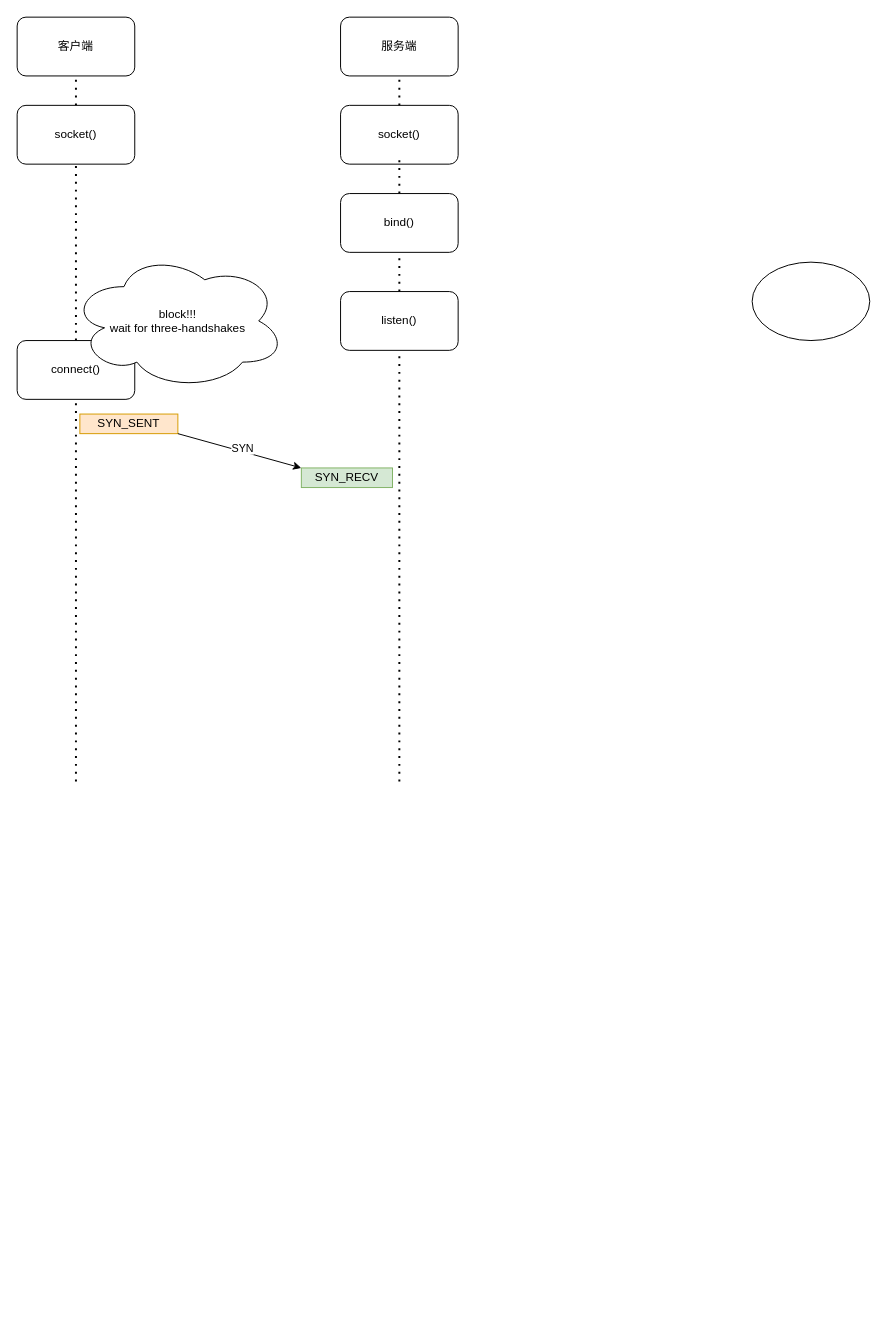
Earlier version of the draw.io diagram 网络.drawio (nullemp/images). Source tidied: cells renumbered, new cells numbered last; positions are measured from the earlier drawing's top-left corner, leaving out a move shared by most shapes. Both pictures are drawn from the tidied source at 98%, with x=0, y=0 at pixel (17, 17).
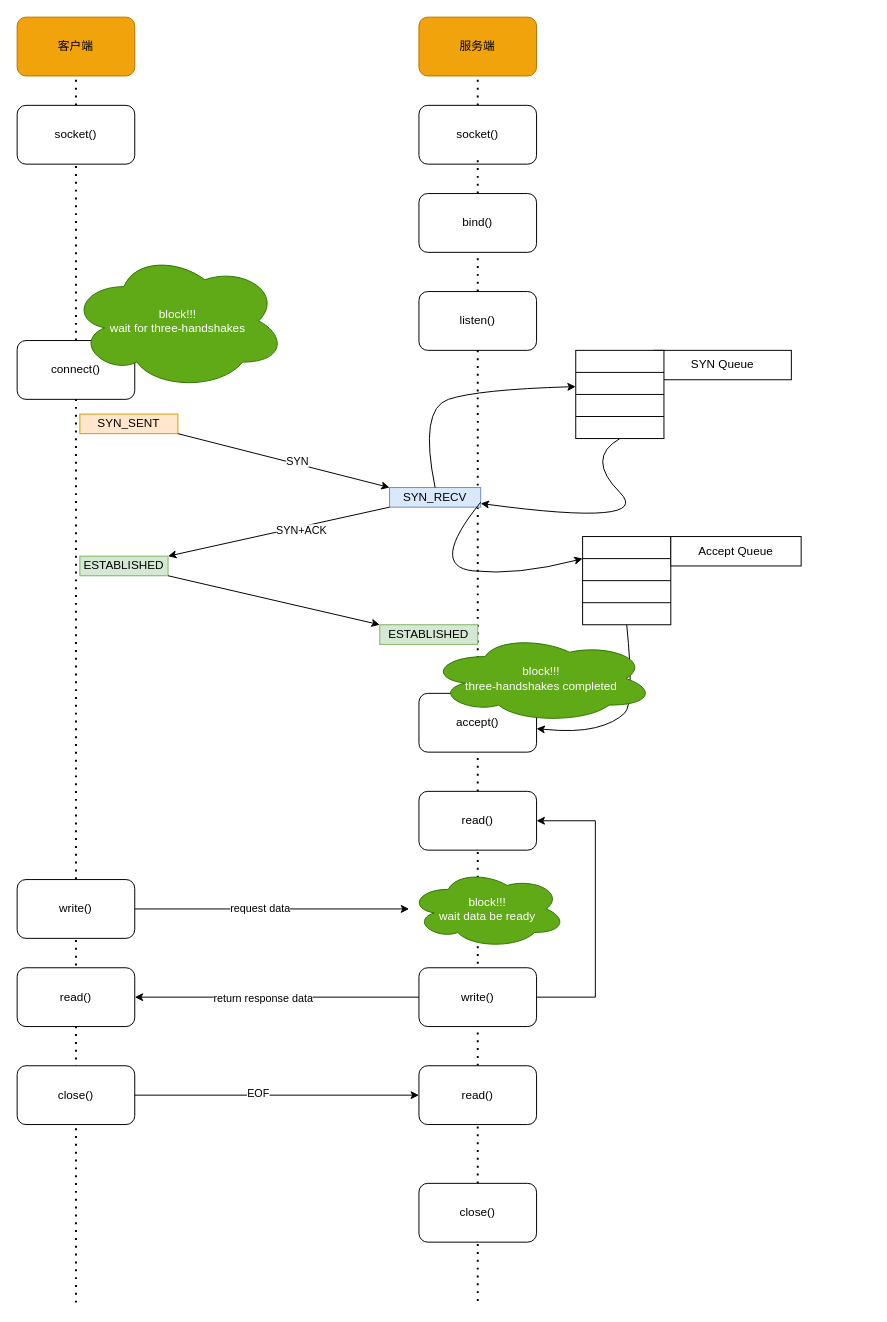
The same diagram, later.

The change refers to these unchanged cells:
```xml
<mxCell id="13" value="connect()" style="rounded=1;whiteSpace=wrap;html=1;" parent="1" vertex="1">
  <mxGeometry y="330" width="120" height="60" as="geometry" />
</mxCell>
```

What changed in the source:
```diff
@@
-    <mxCell id="2" value="客户端" style="rounded=1;whiteSpace=wrap;html=1;" parent="1" vertex="1">
+    <mxCell id="2" value="客户端" style="rounded=1;whiteSpace=wrap;html=1;fillColor=#f0a30a;fontColor=#000000;strokeColor=#BD7000;" parent="1" vertex="1">
       <mxGeometry width="120" height="60" as="geometry" />
     </mxCell>
-    <mxCell id="3" value="服务端" style="rounded=1;whiteSpace=wrap;html=1;" parent="1" vertex="1">
-      <mxGeometry x="330" width="120" height="60" as="geometry" />
+    <mxCell id="3" value="服务端" style="rounded=1;whiteSpace=wrap;html=1;fillColor=#f0a30a;fontColor=#000000;strokeColor=#BD7000;" parent="1" vertex="1">
+      <mxGeometry x="410" width="120" height="60" as="geometry" />
     </mxCell>
@@
     <mxCell id="6" value="socket()" style="rounded=1;whiteSpace=wrap;html=1;" parent="1" vertex="1">
-      <mxGeometry x="330" y="90" width="120" height="60" as="geometry" />
+      <mxGeometry x="410" y="90" width="120" height="60" as="geometry" />
     </mxCell>
@@
     <mxCell id="8" style="endArrow=none;dashed=1;html=1;dashPattern=1 3;strokeWidth=2;rounded=0;exitX=0.5;exitY=0;exitDx=0;exitDy=0;" parent="1" edge="1" source="9">
       <mxGeometry relative="1" as="geometry">
-        <mxPoint x="390" y="140" as="targetPoint" />
+        <mxPoint x="470" y="140" as="targetPoint" />
       </mxGeometry>
     </mxCell>
     <mxCell id="9" value="bind()" style="rounded=1;whiteSpace=wrap;html=1;" parent="1" vertex="1">
-      <mxGeometry x="330" y="180" width="120" height="60" as="geometry" />
+      <mxGeometry x="410" y="180" width="120" height="60" as="geometry" />
     </mxCell>
     <mxCell id="10" value="listen()" style="rounded=1;whiteSpace=wrap;html=1;" parent="1" vertex="1">
-      <mxGeometry x="330" y="280" width="120" height="60" as="geometry" />
+      <mxGeometry x="410" y="280" width="120" height="60" as="geometry" />
     </mxCell>
@@
-    <mxCell id="14" value="block!!!&lt;br&gt;wait for three-handshakes" style="ellipse;shape=cloud;whiteSpace=wrap;html=1;" parent="1" vertex="1">
+    <mxCell id="14" value="block!!!&lt;br&gt;wait for three-handshakes" style="ellipse;shape=cloud;whiteSpace=wrap;html=1;fillColor=#60a917;fontColor=#ffffff;strokeColor=#2D7600;" parent="1" vertex="1">
       <mxGeometry x="54" y="240" width="220" height="140" as="geometry" />
     </mxCell>
-    <mxCell id="15" style="ellipse;whiteSpace=wrap;html=1;" parent="1" vertex="1">
-      <mxGeometry x="750" y="250" width="120" height="80" as="geometry" />
-    </mxCell>
     <mxCell id="16" style="endArrow=none;dashed=1;html=1;dashPattern=1 3;strokeWidth=2;rounded=0;entryX=0.5;entryY=1;entryDx=0;entryDy=0;" parent="1" edge="1" target="13">
       <mxGeometry relative="1" as="geometry">
-        <mxPoint x="60" y="780" as="sourcePoint" />
+        <mxPoint x="60" y="1311.7" as="sourcePoint" />
       </mxGeometry>
     </mxCell>
     <mxCell id="17" style="endArrow=none;dashed=1;html=1;dashPattern=1 3;strokeWidth=2;rounded=0;entryX=0.5;entryY=1;entryDx=0;entryDy=0;" parent="1" edge="1" target="10">
       <mxGeometry relative="1" as="geometry">
-        <mxPoint x="390" y="780" as="sourcePoint" />
+        <mxPoint x="470" y="1310" as="sourcePoint" />
       </mxGeometry>
     </mxCell>
@@
-    <mxCell id="21" value="SYN_RECV" style="rounded=0;whiteSpace=wrap;html=1;fillColor=#d5e8d4;strokeColor=#82b366;" parent="1" vertex="1">
-      <mxGeometry x="290" y="460" width="93" height="20" as="geometry" />
+    <mxCell id="21" value="SYN_RECV" style="rounded=0;whiteSpace=wrap;html=1;fillColor=#dae8fc;strokeColor=#6c8ebf;" parent="1" vertex="1">
+      <mxGeometry x="380" y="480" width="93" height="20" as="geometry" />
     </mxCell>
+    <mxCell id="22" style="endArrow=classic;html=1;rounded=0;exitX=0;exitY=1;exitDx=0;exitDy=0;entryX=1;entryY=0;entryDx=0;entryDy=0;" parent="1" edge="1" source="21" target="24">
+      <mxGeometry relative="1" as="geometry" />
+    </mxCell>
+    <mxCell id="23" value="SYN+ACK" style="edgeLabel;html=1;align=center;verticalAlign=middle;" parent="22" vertex="1">
+      <mxGeometry x="-0.36" y="2" relative="1" as="geometry">
+        <mxPoint x="-19" y="6" as="offset" />
+      </mxGeometry>
+    </mxCell>
+    <mxCell id="24" value="ESTABLISHED" style="rounded=0;whiteSpace=wrap;html=1;fillColor=#d5e8d4;strokeColor=#82b366;" parent="1" vertex="1">
+      <mxGeometry x="64" y="550" width="90" height="20" as="geometry" />
+    </mxCell>
+    <mxCell id="25" value="ESTABLISHED" style="rounded=0;whiteSpace=wrap;html=1;fillColor=#d5e8d4;strokeColor=#82b366;" parent="1" vertex="1">
+      <mxGeometry x="370" y="620" width="100" height="20" as="geometry" />
+    </mxCell>
+    <mxCell id="26" style="endArrow=classic;html=1;rounded=0;exitX=1;exitY=1;exitDx=0;exitDy=0;entryX=0;entryY=0;entryDx=0;entryDy=0;" parent="1" edge="1" source="24" target="25">
+      <mxGeometry relative="1" as="geometry" />
+    </mxCell>
+    <mxCell id="27" style="curved=1;endArrow=classic;html=1;rounded=0;exitX=0.5;exitY=0;exitDx=0;exitDy=0;entryX=0;entryY=0.411;entryDx=0;entryDy=0;entryPerimeter=0;" parent="1" edge="1" source="21" target="38">
+      <mxGeometry relative="1" as="geometry">
+        <Array as="points">
+          <mxPoint x="410" y="400" />
+          <mxPoint x="470" y="380" />
+        </Array>
+      </mxGeometry>
+    </mxCell>
+    <mxCell id="28" style="curved=1;endArrow=classic;html=1;rounded=0;exitX=0.5;exitY=1;exitDx=0;exitDy=0;" parent="1" edge="1" source="38" target="21">
+      <mxGeometry relative="1" as="geometry">
+        <Array as="points">
+          <mxPoint x="580" y="450" />
+          <mxPoint x="650" y="520" />
+        </Array>
+      </mxGeometry>
+    </mxCell>
+    <mxCell id="29" style="group;" parent="1" vertex="1">
+      <mxGeometry x="577" y="530" width="90" height="90" as="geometry" />
+    </mxCell>
+    <mxCell id="30" style="whiteSpace=wrap;html=1;" parent="29" vertex="1">
+      <mxGeometry width="90" height="90" as="geometry" />
+    </mxCell>
+    <mxCell id="31" style="endArrow=none;html=1;rounded=0;entryX=1;entryY=0.25;entryDx=0;entryDy=0;exitX=0;exitY=0.25;exitDx=0;exitDy=0;" parent="29" edge="1" source="30" target="30">
+      <mxGeometry relative="1" as="geometry" />
+    </mxCell>
+    <mxCell id="32" style="endArrow=none;html=1;rounded=0;entryX=1;entryY=0.5;entryDx=0;entryDy=0;exitX=0;exitY=0.5;exitDx=0;exitDy=0;" parent="29" edge="1" source="30" target="30">
+      <mxGeometry relative="1" as="geometry" />
+    </mxCell>
+    <mxCell id="33" style="endArrow=none;html=1;rounded=0;entryX=1;entryY=0.75;entryDx=0;entryDy=0;exitX=0;exitY=0.75;exitDx=0;exitDy=0;" parent="29" edge="1" source="30" target="30">
+      <mxGeometry relative="1" as="geometry" />
+    </mxCell>
+    <mxCell id="34" style="curved=1;endArrow=classic;html=1;rounded=0;exitX=1;exitY=0.75;exitDx=0;exitDy=0;entryX=0;entryY=0.25;entryDx=0;entryDy=0;" parent="1" edge="1" source="21" target="30">
+      <mxGeometry relative="1" as="geometry">
+        <Array as="points">
+          <mxPoint x="420" y="560" />
+          <mxPoint x="510" y="570" />
+        </Array>
+      </mxGeometry>
+    </mxCell>
+    <mxCell id="35" value="SYN Queue" style="rounded=0;whiteSpace=wrap;html=1;" parent="1" vertex="1">
+      <mxGeometry x="650" y="340" width="140" height="30" as="geometry" />
+    </mxCell>
+    <mxCell id="36" value="Accept Queue" style="rounded=0;whiteSpace=wrap;html=1;" parent="1" vertex="1">
+      <mxGeometry x="667" y="530" width="133" height="30" as="geometry" />
+    </mxCell>
+    <mxCell id="37" style="group;" parent="1" vertex="1">
+      <mxGeometry x="570" y="340" width="90" height="90" as="geometry" />
+    </mxCell>
+    <mxCell id="38" style="whiteSpace=wrap;html=1;" parent="37" vertex="1">
+      <mxGeometry width="90" height="90" as="geometry" />
+    </mxCell>
+    <mxCell id="39" style="endArrow=none;html=1;rounded=0;entryX=1;entryY=0.25;entryDx=0;entryDy=0;exitX=0;exitY=0.25;exitDx=0;exitDy=0;" parent="37" edge="1" source="38" target="38">
+      <mxGeometry relative="1" as="geometry" />
+    </mxCell>
+    <mxCell id="40" style="endArrow=none;html=1;rounded=0;entryX=1;entryY=0.5;entryDx=0;entryDy=0;exitX=0;exitY=0.5;exitDx=0;exitDy=0;" parent="37" edge="1" source="38" target="38">
+      <mxGeometry relative="1" as="geometry" />
+    </mxCell>
+    <mxCell id="41" style="endArrow=none;html=1;rounded=0;entryX=1;entryY=0.75;entryDx=0;entryDy=0;exitX=0;exitY=0.75;exitDx=0;exitDy=0;" parent="37" edge="1" source="38" target="38">
+      <mxGeometry relative="1" as="geometry" />
+    </mxCell>
+    <mxCell id="42" style="curved=1;endArrow=classic;html=1;rounded=0;exitX=0.5;exitY=1;exitDx=0;exitDy=0;" parent="1" edge="1" source="30" target="43">
+      <mxGeometry relative="1" as="geometry">
+        <Array as="points">
+          <mxPoint x="630" y="700" />
+          <mxPoint x="610" y="720" />
+          <mxPoint x="570" y="730" />
+        </Array>
+      </mxGeometry>
+    </mxCell>
+    <mxCell id="43" value="accept()" style="rounded=1;whiteSpace=wrap;html=1;" parent="1" vertex="1">
+      <mxGeometry x="410" y="690" width="120" height="60" as="geometry" />
+    </mxCell>
+    <mxCell id="44" value="block!!!&lt;br&gt;three-handshakes completed" style="ellipse;shape=cloud;whiteSpace=wrap;html=1;fillColor=#60a917;fontColor=#ffffff;strokeColor=#2D7600;" parent="1" vertex="1">
+      <mxGeometry x="420" y="630" width="230" height="90" as="geometry" />
+    </mxCell>
+    <mxCell id="45" value="read()" style="rounded=1;whiteSpace=wrap;html=1;" parent="1" vertex="1">
+      <mxGeometry x="410" y="790" width="120" height="60" as="geometry" />
+    </mxCell>
+    <mxCell id="46" value="block!!!&lt;br&gt;wait data be ready" style="ellipse;shape=cloud;whiteSpace=wrap;html=1;fillColor=#60a917;fontColor=#ffffff;strokeColor=#2D7600;" parent="1" vertex="1">
+      <mxGeometry x="400" y="870" width="160" height="80" as="geometry" />
+    </mxCell>
+    <mxCell id="47" value="write()" style="rounded=1;whiteSpace=wrap;html=1;" parent="1" vertex="1">
+      <mxGeometry x="410" y="970" width="120" height="60" as="geometry" />
+    </mxCell>
+    <mxCell id="48" style="endArrow=classic;html=1;rounded=0;exitX=1;exitY=0.5;exitDx=0;exitDy=0;entryX=1;entryY=0.5;entryDx=0;entryDy=0;" parent="1" edge="1" source="47" target="45">
+      <mxGeometry relative="1" as="geometry">
+        <Array as="points">
+          <mxPoint x="590" y="1000" />
+          <mxPoint x="590" y="820" />
+        </Array>
+      </mxGeometry>
+    </mxCell>
+    <mxCell id="49" value="write()" style="rounded=1;whiteSpace=wrap;html=1;" parent="1" vertex="1">
+      <mxGeometry y="880" width="120" height="60" as="geometry" />
+    </mxCell>
+    <mxCell id="50" style="endArrow=classic;html=1;rounded=0;exitX=1;exitY=0.5;exitDx=0;exitDy=0;" parent="1" edge="1" source="49" target="46">
+      <mxGeometry relative="1" as="geometry" />
+    </mxCell>
+    <mxCell id="51" value="request data" style="edgeLabel;html=1;align=center;verticalAlign=middle;" parent="50" vertex="1">
+      <mxGeometry x="-0.09" y="1" relative="1" as="geometry" />
+    </mxCell>
+    <mxCell id="52" value="read()" style="rounded=1;whiteSpace=wrap;html=1;" parent="1" vertex="1">
+      <mxGeometry y="970" width="120" height="60" as="geometry" />
+    </mxCell>
+    <mxCell id="53" style="endArrow=classic;html=1;rounded=0;exitX=0;exitY=0.5;exitDx=0;exitDy=0;entryX=1;entryY=0.5;entryDx=0;entryDy=0;" parent="1" edge="1" source="47" target="52">
+      <mxGeometry relative="1" as="geometry" />
+    </mxCell>
+    <mxCell id="54" value="return response data" style="edgeLabel;html=1;align=center;verticalAlign=middle;" parent="53" vertex="1">
+      <mxGeometry x="0.25" y="-3" relative="1" as="geometry">
+        <mxPoint x="21" y="3" as="offset" />
+      </mxGeometry>
+    </mxCell>
+    <mxCell id="55" value="close()" style="rounded=1;whiteSpace=wrap;html=1;" parent="1" vertex="1">
+      <mxGeometry y="1070" width="120" height="60" as="geometry" />
+    </mxCell>
+    <mxCell id="56" value="read()" style="rounded=1;whiteSpace=wrap;html=1;" parent="1" vertex="1">
+      <mxGeometry x="410" y="1070" width="120" height="60" as="geometry" />
+    </mxCell>
+    <mxCell id="57" style="endArrow=classic;html=1;rounded=0;exitX=1;exitY=0.5;exitDx=0;exitDy=0;entryX=0;entryY=0.5;entryDx=0;entryDy=0;" parent="1" edge="1" source="55" target="56">
+      <mxGeometry relative="1" as="geometry" />
+    </mxCell>
+    <mxCell id="58" value="EOF" style="edgeLabel;html=1;align=center;verticalAlign=middle;" parent="57" vertex="1">
+      <mxGeometry x="-0.14" y="3" relative="1" as="geometry" />
+    </mxCell>
+    <mxCell id="59" value="close()" style="rounded=1;whiteSpace=wrap;html=1;" parent="1" vertex="1">
+      <mxGeometry x="410" y="1190" width="120" height="60" as="geometry" />
+    </mxCell>
```
